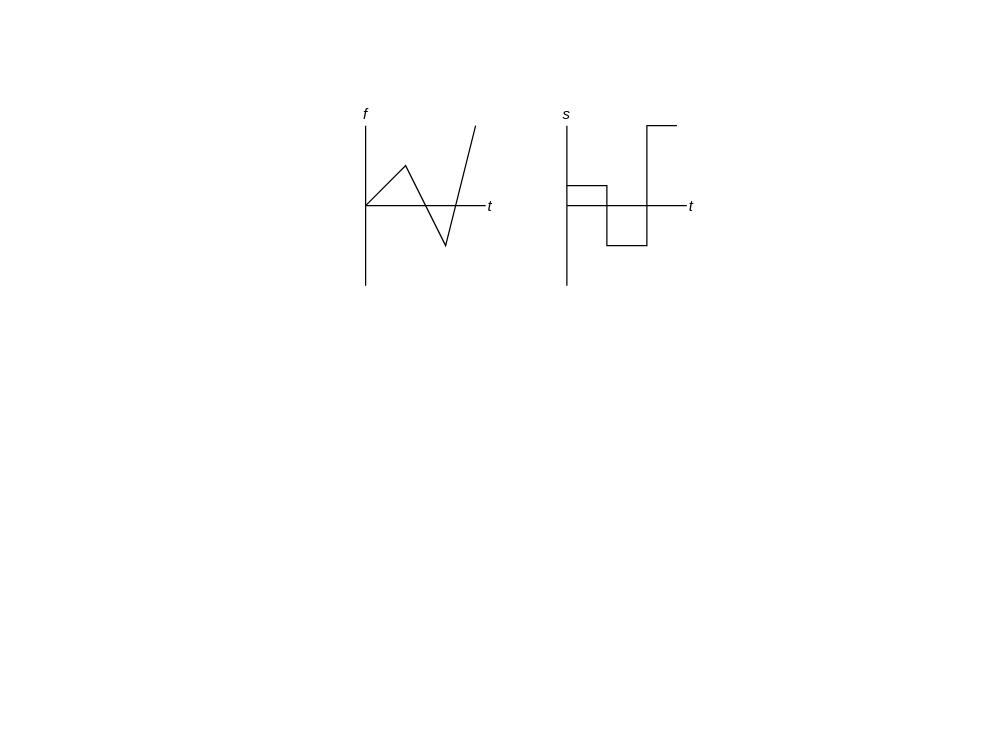
Before: slopes.drawio in HenrikSamuelsson/reading-calculus-3rd-ed-by-strang, a draw.io diagram. Source tidied: cells renumbered, new cells numbered last; positions are measured from the earlier drawing's top-left corner, leaving out a move shared by most shapes. Both pictures are drawn from the tidied source at 125%, with x=0, y=0 at pixel (352, 112).
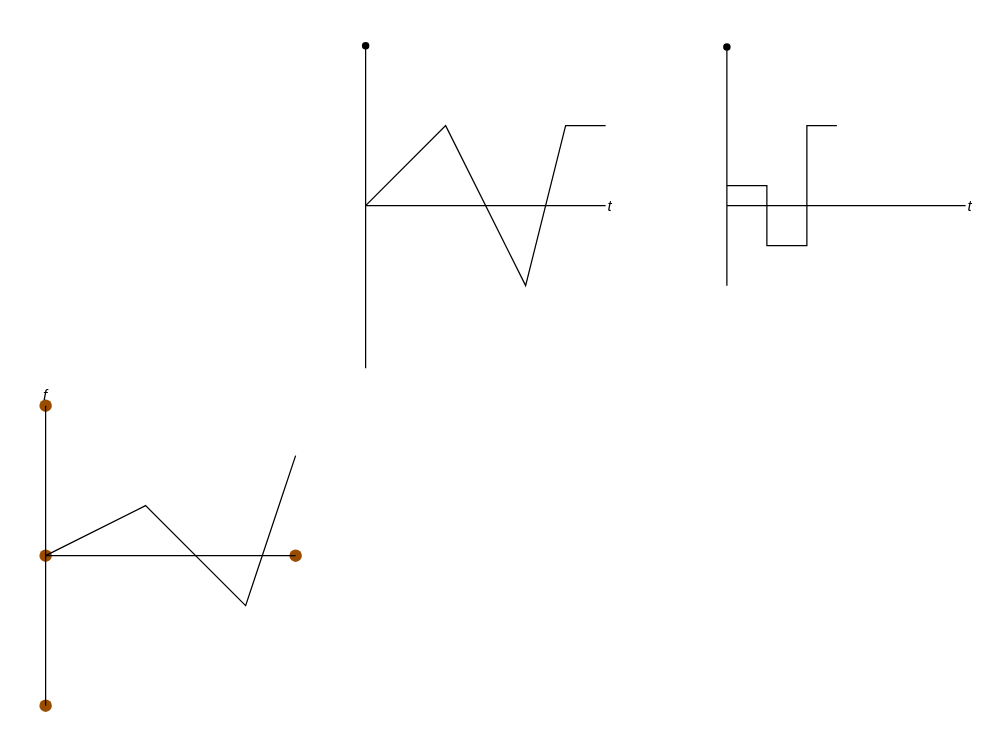
Above is the later version.

Commit message (it also covers changes not shown here):
Start making the slopes figure bigger.

The change refers to these unchanged cells:
```xml
<mxCell id="4" style="shape=waypoint;sketch=0;fillStyle=solid;size=6;points=[];fillColor=none;perimeter=centerPerimeter;snapToPoint=1;strokeColor=none;" parent="1" vertex="1">
  <mxGeometry y="64" width="20" height="20" as="geometry" />
</mxCell>
```

Change to the diagram source:
```diff
@@
     <mxCell id="5" value="t" style="shape=waypoint;sketch=0;fillStyle=solid;size=6;points=[];fillColor=none;perimeter=centerPerimeter;snapToPoint=1;strokeColor=none;strokeWidth=1;spacing=12;align=left;verticalAlign=middle;fontStyle=2;" parent="1" vertex="1">
-      <mxGeometry x="96" y="64" width="20" height="20" as="geometry" />
+      <mxGeometry x="192" y="64" width="20" height="20" as="geometry" />
     </mxCell>
     <mxCell id="6" style="shape=waypoint;sketch=0;fillStyle=solid;size=6;points=[];fillColor=none;perimeter=centerPerimeter;snapToPoint=1;strokeColor=none;" parent="1" vertex="1">
-      <mxGeometry y="128" width="20" height="20" as="geometry" />
+      <mxGeometry y="194" width="20" height="20" as="geometry" />
     </mxCell>
-    <mxCell id="7" value="f" style="shape=waypoint;sketch=0;fillStyle=solid;size=6;points=[];fillColor=none;perimeter=centerPerimeter;snapToPoint=1;strokeColor=none;align=center;verticalAlign=bottom;fontStyle=2;spacing=12;" parent="1" vertex="1">
-      <mxGeometry width="20" height="20" as="geometry" />
-    </mxCell>
-    <mxCell id="8" style="endArrow=none;html=1;rounded=0;" parent="1" edge="1" source="4" target="7">
+    <mxCell id="8" style="endArrow=none;html=1;rounded=0;verticalAlign=bottom;align=left;" parent="1" edge="1" source="4" target="18">
       <mxGeometry relative="1" as="geometry" />
     </mxCell>
-    <mxCell id="9" style="endArrow=none;html=1;rounded=0;" parent="1" edge="1" source="13" target="11">
-      <mxGeometry relative="1" as="geometry" />
+    <mxCell id="9" style="endArrow=none;html=1;rounded=0;" parent="1" edge="1" target="11">
+      <mxGeometry relative="1" as="geometry">
+        <mxPoint x="299" y="138" as="sourcePoint" />
+      </mxGeometry>
     </mxCell>
@@
     <mxCell id="11" style="shape=waypoint;sketch=0;fillStyle=solid;size=6;points=[];fillColor=none;perimeter=centerPerimeter;snapToPoint=1;strokeColor=none;" parent="1" vertex="1">
-      <mxGeometry x="161" y="64" width="20" height="20" as="geometry" />
+      <mxGeometry x="289" y="64" width="20" height="20" as="geometry" />
     </mxCell>
     <mxCell id="12" value="t" style="shape=waypoint;sketch=0;fillStyle=solid;size=6;points=[];fillColor=none;perimeter=centerPerimeter;snapToPoint=1;strokeColor=none;strokeWidth=1;spacing=12;align=left;verticalAlign=middle;fontStyle=2;" parent="1" vertex="1">
-      <mxGeometry x="257" y="64" width="20" height="20" as="geometry" />
+      <mxGeometry x="480" y="64" width="20" height="20" as="geometry" />
     </mxCell>
-    <mxCell id="13" style="shape=waypoint;sketch=0;fillStyle=solid;size=6;points=[];fillColor=none;perimeter=centerPerimeter;snapToPoint=1;strokeColor=none;" parent="1" vertex="1">
-      <mxGeometry x="161" y="128" width="20" height="20" as="geometry" />
-    </mxCell>
-    <mxCell id="14" value="s" style="shape=waypoint;sketch=0;fillStyle=solid;size=6;points=[];fillColor=none;perimeter=centerPerimeter;snapToPoint=1;strokeColor=none;align=center;verticalAlign=bottom;fontStyle=2;spacing=12;" parent="1" vertex="1">
-      <mxGeometry x="161" width="20" height="20" as="geometry" />
-    </mxCell>
-    <mxCell id="15" style="endArrow=none;html=1;rounded=0;" parent="1" edge="1" source="11" target="14">
+    <mxCell id="15" style="endArrow=none;html=1;rounded=0;" parent="1" edge="1" source="11" target="19">
       <mxGeometry relative="1" as="geometry" />
     </mxCell>
     <mxCell id="16" style="endArrow=none;html=1;rounded=0;" parent="1" edge="1">
       <mxGeometry relative="1" as="geometry">
-        <mxPoint x="171" y="58" as="sourcePoint" />
-        <mxPoint x="259" y="10" as="targetPoint" />
+        <mxPoint x="299" y="58" as="sourcePoint" />
+        <mxPoint x="387" y="10" as="targetPoint" />
         <Array as="points">
-          <mxPoint x="203" y="58" />
-          <mxPoint x="203" y="106" />
-          <mxPoint x="235" y="106" />
-          <mxPoint x="235" y="10" />
+          <mxPoint x="331" y="58" />
+          <mxPoint x="331" y="106" />
+          <mxPoint x="363" y="106" />
+          <mxPoint x="363" y="10" />
         </Array>
       </mxGeometry>
     </mxCell>
     <mxCell id="17" style="endArrow=none;html=1;rounded=0;" parent="1" edge="1" source="4">
       <mxGeometry relative="1" as="geometry">
-        <mxPoint x="98" y="10" as="targetPoint" />
+        <mxPoint x="202" y="10" as="targetPoint" />
         <Array as="points">
-          <mxPoint x="42" y="42" />
-          <mxPoint x="74" y="106" />
+          <mxPoint x="74" y="10" />
+          <mxPoint x="138" y="138" />
+          <mxPoint x="170" y="10" />
         </Array>
       </mxGeometry>
     </mxCell>
+    <mxCell id="18" style="shape=waypoint;sketch=0;fillStyle=solid;size=6;points=[];fillColor=none;perimeter=centerPerimeter;snapToPoint=1;" parent="1" vertex="1">
+      <mxGeometry x="-10" y="-74" width="40" height="40" as="geometry" />
+    </mxCell>
+    <mxCell id="19" style="shape=waypoint;sketch=0;fillStyle=solid;size=6;points=[];fillColor=none;perimeter=centerPerimeter;snapToPoint=1;" parent="1" vertex="1">
+      <mxGeometry x="279" y="-73" width="40" height="40" as="geometry" />
+    </mxCell>
+    <mxCell id="7" value="f" style="shape=waypoint;sketch=0;fillStyle=solid;size=10;points=[];fillColor=none;perimeter=centerPerimeter;snapToPoint=1;rotation=0;strokeColor=#994C00;align=center;verticalAlign=top;spacing=0;fontStyle=2;" parent="1" vertex="1">
+      <mxGeometry x="-266" y="214" width="40" height="40" as="geometry" />
+    </mxCell>
+    <mxCell id="20" style="shape=waypoint;sketch=0;fillStyle=solid;size=10;points=[];fillColor=none;perimeter=centerPerimeter;snapToPoint=1;rotation=0;strokeColor=#994C00;" parent="1" vertex="1">
+      <mxGeometry x="-266" y="454" width="40" height="40" as="geometry" />
+    </mxCell>
+    <mxCell id="21" style="shape=waypoint;sketch=0;fillStyle=solid;size=10;points=[];fillColor=none;perimeter=centerPerimeter;snapToPoint=1;rotation=0;strokeColor=#994C00;" parent="1" vertex="1">
+      <mxGeometry x="-266" y="334" width="40" height="40" as="geometry" />
+    </mxCell>
+    <mxCell id="22" style="shape=waypoint;sketch=0;fillStyle=solid;size=10;points=[];fillColor=none;perimeter=centerPerimeter;snapToPoint=1;rotation=0;strokeColor=#994C00;" parent="1" vertex="1">
+      <mxGeometry x="-66" y="334" width="40" height="40" as="geometry" />
+    </mxCell>
+    <mxCell id="23" style="endArrow=none;html=1;rounded=0;fontFamily=Helvetica;fontSize=12;fontColor=default;" parent="1" edge="1" source="21" target="7">
+      <mxGeometry relative="1" as="geometry" />
+    </mxCell>
+    <mxCell id="24" style="endArrow=none;html=1;rounded=0;fontFamily=Helvetica;fontSize=12;fontColor=default;" parent="1" edge="1" source="21" target="22">
+      <mxGeometry relative="1" as="geometry" />
+    </mxCell>
+    <mxCell id="25" style="endArrow=none;html=1;rounded=0;fontFamily=Helvetica;fontSize=12;fontColor=default;exitX=0.32;exitY=0.52;exitDx=0;exitDy=0;exitPerimeter=0;" parent="1" edge="1" source="20" target="21">
+      <mxGeometry relative="1" as="geometry" />
+    </mxCell>
+    <mxCell id="26" style="endArrow=none;html=1;rounded=0;fontFamily=Helvetica;fontSize=12;fontColor=default;" parent="1" edge="1" source="21">
+      <mxGeometry relative="1" as="geometry">
+        <mxPoint x="-46" y="274" as="targetPoint" />
+        <Array as="points">
+          <mxPoint x="-166" y="314" />
+          <mxPoint x="-86" y="394" />
+        </Array>
+      </mxGeometry>
+    </mxCell>
```
